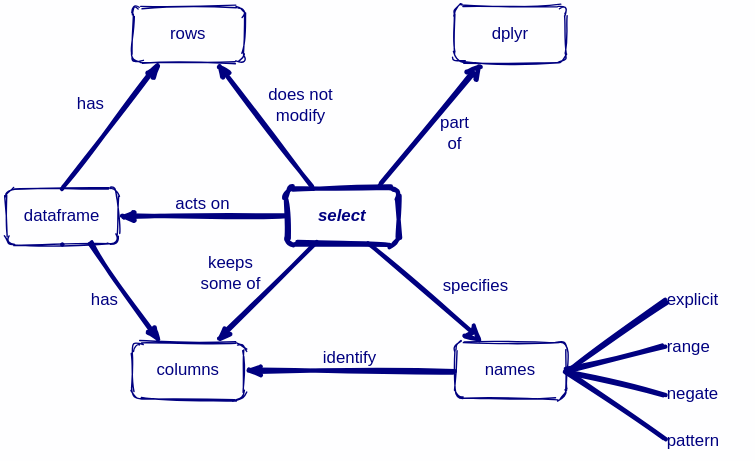
rstudio/concept-maps keeps this draw.io diagram as en/select.svg. Above is the earlier version. Source tidied: cells renumbered, new cells last; positions are measured from the earlier drawing's top-left corner, leaving out a move shared by most shapes. The source it was exported from:
```xml
<mxGraphModel background="#FEFEFF">
  <root>
    <mxCell id="0" />
    <mxCell id="1" parent="0" />
    <mxCell id="2" value="acts on" style="edgeStyle=none;rounded=1;html=1;labelBackgroundColor=none;startArrow=none;startFill=0;startSize=5;endArrow=classicThin;endFill=1;endSize=5;jettySize=auto;strokeWidth=3;fontFamily=Helvetica;fontSize=12;exitX=0;exitY=0.5;exitDx=0;exitDy=0;entryX=1;entryY=0.5;entryDx=0;entryDy=0;verticalAlign=bottom;sketch=1;strokeColor=#000080;fontColor=#000080;" parent="1" edge="1" source="13" target="8">
      <mxGeometry relative="1" as="geometry" />
    </mxCell>
    <mxCell id="3" value="has" style="edgeStyle=none;rounded=1;html=1;labelBackgroundColor=none;startArrow=none;startFill=0;startSize=5;endArrow=classicThin;endFill=1;endSize=5;jettySize=auto;strokeWidth=3;fontFamily=Helvetica;fontSize=12;exitX=0.75;exitY=1;exitDx=0;exitDy=0;entryX=0.25;entryY=0;entryDx=0;entryDy=0;verticalAlign=middle;sketch=1;strokeColor=#000080;fontColor=#000080;" parent="1" edge="1" source="8" target="10">
      <mxGeometry x="-0.11" y="-15" relative="1" as="geometry" />
    </mxCell>
    <mxCell id="4" value="keeps&lt;br style=&quot;font-size: 12px;&quot;&gt;some of" style="edgeStyle=none;rounded=1;html=1;labelBackgroundColor=none;startArrow=none;startFill=0;startSize=5;endArrow=classicThin;endFill=1;endSize=5;jettySize=auto;strokeWidth=3;fontFamily=Helvetica;fontSize=12;exitX=0.25;exitY=1;exitDx=0;exitDy=0;entryX=0.75;entryY=0;entryDx=0;entryDy=0;verticalAlign=middle;sketch=1;strokeColor=#000080;fontColor=#000080;" parent="1" edge="1" source="13" target="10">
      <mxGeometry x="0.14" y="-28" relative="1" as="geometry">
        <mxPoint y="-1" as="offset" />
      </mxGeometry>
    </mxCell>
    <mxCell id="5" value="identify" style="edgeStyle=none;rounded=1;html=1;labelBackgroundColor=none;startArrow=none;startFill=0;startSize=5;endArrow=classicThin;endFill=1;endSize=5;jettySize=auto;strokeWidth=3;fontFamily=Helvetica;fontSize=12;exitX=0;exitY=0.5;exitDx=0;exitDy=0;entryX=1;entryY=0.5;entryDx=0;entryDy=0;verticalAlign=bottom;sketch=1;strokeColor=#000080;fontColor=#000080;" parent="1" edge="1" source="24" target="10">
      <mxGeometry relative="1" as="geometry" />
    </mxCell>
    <mxCell id="6" value="has" style="edgeStyle=none;rounded=1;html=1;labelBackgroundColor=none;startArrow=none;startFill=0;startSize=5;endArrow=classicThin;endFill=1;endSize=5;jettySize=auto;strokeWidth=3;fontFamily=Helvetica;fontSize=12;exitX=0.5;exitY=0;exitDx=0;exitDy=0;entryX=0.25;entryY=1;entryDx=0;entryDy=0;verticalAlign=middle;sketch=1;strokeColor=#000080;fontColor=#000080;" parent="1" edge="1" source="8" target="11">
      <mxGeometry x="0.05" y="21" relative="1" as="geometry" />
    </mxCell>
    <mxCell id="7" value="does not&lt;br style=&quot;font-size: 12px;&quot;&gt;modify" style="edgeStyle=none;rounded=1;html=1;labelBackgroundColor=none;startArrow=none;startFill=0;startSize=5;endArrow=classicThin;endFill=1;endSize=5;jettySize=auto;strokeWidth=3;fontFamily=Helvetica;fontSize=12;exitX=0.25;exitY=0;exitDx=0;exitDy=0;entryX=0.75;entryY=1;entryDx=0;entryDy=0;verticalAlign=middle;sketch=1;strokeColor=#000080;fontColor=#000080;" parent="1" edge="1" source="13" target="11">
      <mxGeometry x="-0.06" y="-29" relative="1" as="geometry" />
    </mxCell>
    <mxCell id="8" value="dataframe" style="rounded=1;whiteSpace=wrap;html=1;fontSize=12;fontFamily=Helvetica;fillColor=none;sketch=1;labelBackgroundColor=none;strokeColor=#000080;fontColor=#000080;" parent="1" vertex="1">
      <mxGeometry y="130" width="80" height="40" as="geometry" />
    </mxCell>
    <mxCell id="9" style="edgeStyle=orthogonalEdgeStyle;rounded=0;orthogonalLoop=1;jettySize=auto;html=1;exitX=0.5;exitY=1;exitDx=0;exitDy=0;strokeWidth=3;fontSize=12;fontFamily=Helvetica;sketch=1;labelBackgroundColor=none;strokeColor=#000080;fontColor=#000080;" parent="1" edge="1" source="8" target="8">
      <mxGeometry relative="1" as="geometry" />
    </mxCell>
    <mxCell id="10" value="columns" style="rounded=1;whiteSpace=wrap;html=1;fontSize=12;fontFamily=Helvetica;fillColor=none;sketch=1;labelBackgroundColor=none;strokeColor=#000080;fontColor=#000080;" parent="1" vertex="1">
      <mxGeometry x="90" y="240" width="80" height="40" as="geometry" />
    </mxCell>
    <mxCell id="11" value="rows" style="rounded=1;whiteSpace=wrap;html=1;fontSize=12;fontFamily=Helvetica;fillColor=none;sketch=1;labelBackgroundColor=none;strokeColor=#000080;fontColor=#000080;" parent="1" vertex="1">
      <mxGeometry x="90" width="80" height="40" as="geometry" />
    </mxCell>
    <mxCell id="12" value="specifies" style="endArrow=classic;html=1;strokeWidth=3;entryX=0.25;entryY=0;entryDx=0;entryDy=0;exitX=0.75;exitY=1;exitDx=0;exitDy=0;verticalAlign=middle;fontSize=12;labelBackgroundColor=none;fontFamily=Helvetica;align=left;sketch=1;strokeColor=#000080;fontColor=#000080;" parent="1" edge="1" source="13" target="24">
      <mxGeometry x="0.08" y="10" relative="1" as="geometry">
        <mxPoint x="1" as="offset" />
      </mxGeometry>
    </mxCell>
    <mxCell id="13" value="&lt;b style=&quot;font-size: 12px;&quot;&gt;&lt;i style=&quot;font-size: 12px;&quot;&gt;select&lt;/i&gt;&lt;/b&gt;" style="rounded=1;whiteSpace=wrap;html=1;strokeWidth=3;fontSize=12;fontFamily=Helvetica;fillColor=none;sketch=1;labelBackgroundColor=none;strokeColor=#000080;fontColor=#000080;" parent="1" vertex="1">
      <mxGeometry x="200" y="130" width="80" height="40" as="geometry" />
    </mxCell>
    <mxCell id="14" value="dplyr" style="rounded=1;whiteSpace=wrap;html=1;fontSize=12;fontFamily=Helvetica;fillColor=none;sketch=1;labelBackgroundColor=none;strokeColor=#000080;fontColor=#000080;" parent="1" vertex="1">
      <mxGeometry x="320" width="80" height="40" as="geometry" />
    </mxCell>
    <mxCell id="15" value="part&lt;br style=&quot;font-size: 12px;&quot;&gt;of" style="endArrow=classic;html=1;strokeWidth=3;entryX=0.25;entryY=1;entryDx=0;entryDy=0;exitX=0.838;exitY=-0.05;exitDx=0;exitDy=0;verticalAlign=middle;fontSize=12;labelBackgroundColor=none;exitPerimeter=0;fontFamily=Helvetica;sketch=1;strokeColor=#000080;fontColor=#000080;" parent="1" edge="1" source="13" target="14">
      <mxGeometry x="0.1" y="-17" relative="1" as="geometry" />
    </mxCell>
    <mxCell id="16" value="explicit" style="text;html=1;fillColor=none;align=left;verticalAlign=middle;whiteSpace=wrap;rounded=0;fontSize=12;fontFamily=Helvetica;sketch=1;labelBackgroundColor=none;fontColor=#000080;" parent="1" vertex="1">
      <mxGeometry x="470" y="200" width="60" height="20" as="geometry" />
    </mxCell>
    <mxCell id="17" value="range" style="text;html=1;fillColor=none;align=left;verticalAlign=middle;whiteSpace=wrap;rounded=0;fontSize=12;fontFamily=Helvetica;sketch=1;labelBackgroundColor=none;fontColor=#000080;" parent="1" vertex="1">
      <mxGeometry x="470" y="233" width="60" height="20" as="geometry" />
    </mxCell>
    <mxCell id="18" value="negate" style="text;html=1;fillColor=none;align=left;verticalAlign=middle;whiteSpace=wrap;rounded=0;fontSize=12;fontFamily=Helvetica;sketch=1;labelBackgroundColor=none;fontColor=#000080;" parent="1" vertex="1">
      <mxGeometry x="470" y="267" width="60" height="20" as="geometry" />
    </mxCell>
    <mxCell id="19" value="pattern" style="text;html=1;fillColor=none;align=left;verticalAlign=middle;whiteSpace=wrap;rounded=0;fontSize=12;fontFamily=Helvetica;sketch=1;labelBackgroundColor=none;fontColor=#000080;" parent="1" vertex="1">
      <mxGeometry x="470" y="300" width="60" height="20" as="geometry" />
    </mxCell>
    <mxCell id="20" style="endArrow=none;html=1;labelBackgroundColor=none;strokeWidth=3;fontSize=12;exitX=1;exitY=0.5;exitDx=0;exitDy=0;entryX=0;entryY=0.5;entryDx=0;entryDy=0;fontFamily=Helvetica;sketch=1;strokeColor=#000080;fontColor=#000080;" parent="1" edge="1" source="24" target="16">
      <mxGeometry relative="1" as="geometry" />
    </mxCell>
    <mxCell id="21" style="endArrow=none;html=1;labelBackgroundColor=none;strokeWidth=3;fontSize=12;entryX=0;entryY=0.5;entryDx=0;entryDy=0;exitX=1;exitY=0.5;exitDx=0;exitDy=0;fontFamily=Helvetica;sketch=1;strokeColor=#000080;fontColor=#000080;" parent="1" edge="1" source="24" target="17">
      <mxGeometry relative="1" as="geometry" />
    </mxCell>
    <mxCell id="22" style="endArrow=none;html=1;labelBackgroundColor=none;strokeWidth=3;fontSize=12;entryX=0;entryY=0.5;entryDx=0;entryDy=0;fontFamily=Helvetica;sketch=1;strokeColor=#000080;fontColor=#000080;" parent="1" edge="1" target="18">
      <mxGeometry relative="1" as="geometry">
        <mxPoint x="400" y="260" as="sourcePoint" />
      </mxGeometry>
    </mxCell>
    <mxCell id="23" style="endArrow=none;html=1;labelBackgroundColor=none;strokeWidth=3;fontSize=12;entryX=0;entryY=0.5;entryDx=0;entryDy=0;exitX=1;exitY=0.5;exitDx=0;exitDy=0;fontFamily=Helvetica;sketch=1;strokeColor=#000080;fontColor=#000080;" parent="1" edge="1" source="24" target="19">
      <mxGeometry relative="1" as="geometry" />
    </mxCell>
    <mxCell id="24" value="names" style="rounded=1;whiteSpace=wrap;html=1;fontSize=12;fontFamily=Helvetica;fillColor=none;sketch=1;labelBackgroundColor=none;strokeColor=#000080;fontColor=#000080;" parent="1" vertex="1">
      <mxGeometry x="320" y="240" width="80" height="40" as="geometry" />
    </mxCell>
  </root>
</mxGraphModel>
```
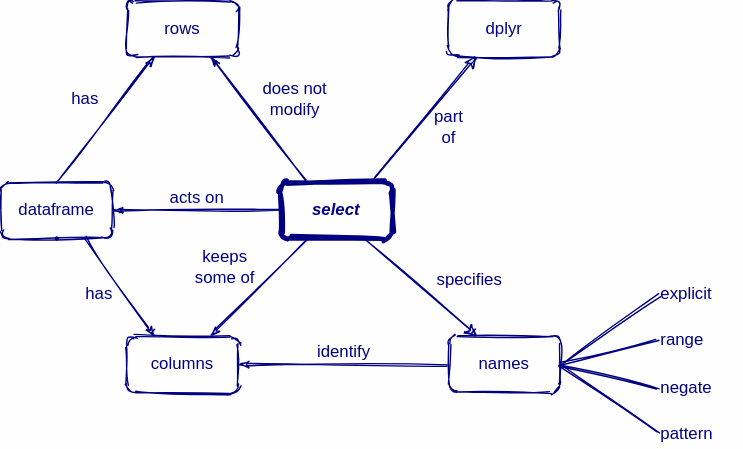
After the commit.

The edit, as a diff of the source:
```diff
@@ -2,24 +2,24 @@
   <root>
     <mxCell id="0" />
     <mxCell id="1" parent="0" />
-    <mxCell id="2" value="acts on" style="edgeStyle=none;rounded=1;html=1;labelBackgroundColor=none;startArrow=none;startFill=0;startSize=5;endArrow=classicThin;endFill=1;endSize=5;jettySize=auto;strokeWidth=3;fontFamily=Helvetica;fontSize=12;exitX=0;exitY=0.5;exitDx=0;exitDy=0;entryX=1;entryY=0.5;entryDx=0;entryDy=0;verticalAlign=bottom;sketch=1;strokeColor=#000080;fontColor=#000080;" parent="1" edge="1" source="13" target="8">
+    <mxCell id="2" value="acts on" style="edgeStyle=none;rounded=1;html=1;labelBackgroundColor=none;startArrow=none;startFill=0;startSize=5;endArrow=classicThin;endFill=1;endSize=5;jettySize=auto;strokeWidth=1;fontFamily=Helvetica;fontSize=12;exitX=0;exitY=0.5;exitDx=0;exitDy=0;entryX=1;entryY=0.5;entryDx=0;entryDy=0;verticalAlign=bottom;sketch=1;strokeColor=#000080;fontColor=#000080;" parent="1" edge="1" source="13" target="8">
       <mxGeometry relative="1" as="geometry" />
     </mxCell>
-    <mxCell id="3" value="has" style="edgeStyle=none;rounded=1;html=1;labelBackgroundColor=none;startArrow=none;startFill=0;startSize=5;endArrow=classicThin;endFill=1;endSize=5;jettySize=auto;strokeWidth=3;fontFamily=Helvetica;fontSize=12;exitX=0.75;exitY=1;exitDx=0;exitDy=0;entryX=0.25;entryY=0;entryDx=0;entryDy=0;verticalAlign=middle;sketch=1;strokeColor=#000080;fontColor=#000080;" parent="1" edge="1" source="8" target="10">
+    <mxCell id="3" value="has" style="edgeStyle=none;rounded=1;html=1;labelBackgroundColor=none;startArrow=none;startFill=0;startSize=5;endArrow=classicThin;endFill=1;endSize=5;jettySize=auto;strokeWidth=1;fontFamily=Helvetica;fontSize=12;exitX=0.75;exitY=1;exitDx=0;exitDy=0;entryX=0.25;entryY=0;entryDx=0;entryDy=0;verticalAlign=middle;sketch=1;strokeColor=#000080;fontColor=#000080;" parent="1" edge="1" source="8" target="10">
       <mxGeometry x="-0.11" y="-15" relative="1" as="geometry" />
     </mxCell>
-    <mxCell id="4" value="keeps&lt;br style=&quot;font-size: 12px;&quot;&gt;some of" style="edgeStyle=none;rounded=1;html=1;labelBackgroundColor=none;startArrow=none;startFill=0;startSize=5;endArrow=classicThin;endFill=1;endSize=5;jettySize=auto;strokeWidth=3;fontFamily=Helvetica;fontSize=12;exitX=0.25;exitY=1;exitDx=0;exitDy=0;entryX=0.75;entryY=0;entryDx=0;entryDy=0;verticalAlign=middle;sketch=1;strokeColor=#000080;fontColor=#000080;" parent="1" edge="1" source="13" target="10">
+    <mxCell id="4" value="keeps&lt;br style=&quot;font-size: 12px;&quot;&gt;some of" style="edgeStyle=none;rounded=1;html=1;labelBackgroundColor=none;startArrow=none;startFill=0;startSize=5;endArrow=classicThin;endFill=1;endSize=5;jettySize=auto;strokeWidth=1;fontFamily=Helvetica;fontSize=12;exitX=0.25;exitY=1;exitDx=0;exitDy=0;entryX=0.75;entryY=0;entryDx=0;entryDy=0;verticalAlign=middle;sketch=1;strokeColor=#000080;fontColor=#000080;" parent="1" edge="1" source="13" target="10">
       <mxGeometry x="0.14" y="-28" relative="1" as="geometry">
         <mxPoint y="-1" as="offset" />
       </mxGeometry>
     </mxCell>
-    <mxCell id="5" value="identify" style="edgeStyle=none;rounded=1;html=1;labelBackgroundColor=none;startArrow=none;startFill=0;startSize=5;endArrow=classicThin;endFill=1;endSize=5;jettySize=auto;strokeWidth=3;fontFamily=Helvetica;fontSize=12;exitX=0;exitY=0.5;exitDx=0;exitDy=0;entryX=1;entryY=0.5;entryDx=0;entryDy=0;verticalAlign=bottom;sketch=1;strokeColor=#000080;fontColor=#000080;" parent="1" edge="1" source="24" target="10">
+    <mxCell id="5" value="identify" style="edgeStyle=none;rounded=1;html=1;labelBackgroundColor=none;startArrow=none;startFill=0;startSize=5;endArrow=classicThin;endFill=1;endSize=5;jettySize=auto;strokeWidth=1;fontFamily=Helvetica;fontSize=12;exitX=0;exitY=0.5;exitDx=0;exitDy=0;entryX=1;entryY=0.5;entryDx=0;entryDy=0;verticalAlign=bottom;sketch=1;strokeColor=#000080;fontColor=#000080;" parent="1" edge="1" source="24" target="10">
       <mxGeometry relative="1" as="geometry" />
     </mxCell>
-    <mxCell id="6" value="has" style="edgeStyle=none;rounded=1;html=1;labelBackgroundColor=none;startArrow=none;startFill=0;startSize=5;endArrow=classicThin;endFill=1;endSize=5;jettySize=auto;strokeWidth=3;fontFamily=Helvetica;fontSize=12;exitX=0.5;exitY=0;exitDx=0;exitDy=0;entryX=0.25;entryY=1;entryDx=0;entryDy=0;verticalAlign=middle;sketch=1;strokeColor=#000080;fontColor=#000080;" parent="1" edge="1" source="8" target="11">
+    <mxCell id="6" value="has" style="edgeStyle=none;rounded=1;html=1;labelBackgroundColor=none;startArrow=none;startFill=0;startSize=5;endArrow=classicThin;endFill=1;endSize=5;jettySize=auto;strokeWidth=1;fontFamily=Helvetica;fontSize=12;exitX=0.5;exitY=0;exitDx=0;exitDy=0;entryX=0.25;entryY=1;entryDx=0;entryDy=0;verticalAlign=middle;sketch=1;strokeColor=#000080;fontColor=#000080;" parent="1" edge="1" source="8" target="11">
       <mxGeometry x="0.05" y="21" relative="1" as="geometry" />
     </mxCell>
-    <mxCell id="7" value="does not&lt;br style=&quot;font-size: 12px;&quot;&gt;modify" style="edgeStyle=none;rounded=1;html=1;labelBackgroundColor=none;startArrow=none;startFill=0;startSize=5;endArrow=classicThin;endFill=1;endSize=5;jettySize=auto;strokeWidth=3;fontFamily=Helvetica;fontSize=12;exitX=0.25;exitY=0;exitDx=0;exitDy=0;entryX=0.75;entryY=1;entryDx=0;entryDy=0;verticalAlign=middle;sketch=1;strokeColor=#000080;fontColor=#000080;" parent="1" edge="1" source="13" target="11">
+    <mxCell id="7" value="does not&lt;br style=&quot;font-size: 12px;&quot;&gt;modify" style="edgeStyle=none;rounded=1;html=1;labelBackgroundColor=none;startArrow=none;startFill=0;startSize=5;endArrow=classicThin;endFill=1;endSize=5;jettySize=auto;strokeWidth=1;fontFamily=Helvetica;fontSize=12;exitX=0.25;exitY=0;exitDx=0;exitDy=0;entryX=0.75;entryY=1;entryDx=0;entryDy=0;verticalAlign=middle;sketch=1;strokeColor=#000080;fontColor=#000080;" parent="1" edge="1" source="13" target="11">
       <mxGeometry x="-0.06" y="-29" relative="1" as="geometry" />
     </mxCell>
     <mxCell id="8" value="dataframe" style="rounded=1;whiteSpace=wrap;html=1;fontSize=12;fontFamily=Helvetica;fillColor=none;sketch=1;labelBackgroundColor=none;strokeColor=#000080;fontColor=#000080;" parent="1" vertex="1">
@@ -34,7 +34,7 @@
     <mxCell id="11" value="rows" style="rounded=1;whiteSpace=wrap;html=1;fontSize=12;fontFamily=Helvetica;fillColor=none;sketch=1;labelBackgroundColor=none;strokeColor=#000080;fontColor=#000080;" parent="1" vertex="1">
       <mxGeometry x="90" width="80" height="40" as="geometry" />
     </mxCell>
-    <mxCell id="12" value="specifies" style="endArrow=classic;html=1;strokeWidth=3;entryX=0.25;entryY=0;entryDx=0;entryDy=0;exitX=0.75;exitY=1;exitDx=0;exitDy=0;verticalAlign=middle;fontSize=12;labelBackgroundColor=none;fontFamily=Helvetica;align=left;sketch=1;strokeColor=#000080;fontColor=#000080;" parent="1" edge="1" source="13" target="24">
+    <mxCell id="12" value="specifies" style="endArrow=classic;html=1;strokeWidth=1;entryX=0.25;entryY=0;entryDx=0;entryDy=0;exitX=0.75;exitY=1;exitDx=0;exitDy=0;verticalAlign=middle;fontSize=12;labelBackgroundColor=none;fontFamily=Helvetica;align=left;sketch=1;strokeColor=#000080;fontColor=#000080;" parent="1" edge="1" source="13" target="24">
       <mxGeometry x="0.08" y="10" relative="1" as="geometry">
         <mxPoint x="1" as="offset" />
       </mxGeometry>
@@ -45,7 +45,7 @@
     <mxCell id="14" value="dplyr" style="rounded=1;whiteSpace=wrap;html=1;fontSize=12;fontFamily=Helvetica;fillColor=none;sketch=1;labelBackgroundColor=none;strokeColor=#000080;fontColor=#000080;" parent="1" vertex="1">
       <mxGeometry x="320" width="80" height="40" as="geometry" />
     </mxCell>
-    <mxCell id="15" value="part&lt;br style=&quot;font-size: 12px;&quot;&gt;of" style="endArrow=classic;html=1;strokeWidth=3;entryX=0.25;entryY=1;entryDx=0;entryDy=0;exitX=0.838;exitY=-0.05;exitDx=0;exitDy=0;verticalAlign=middle;fontSize=12;labelBackgroundColor=none;exitPerimeter=0;fontFamily=Helvetica;sketch=1;strokeColor=#000080;fontColor=#000080;" parent="1" edge="1" source="13" target="14">
+    <mxCell id="15" value="part&lt;br style=&quot;font-size: 12px;&quot;&gt;of" style="endArrow=classic;html=1;strokeWidth=1;entryX=0.25;entryY=1;entryDx=0;entryDy=0;exitX=0.838;exitY=-0.05;exitDx=0;exitDy=0;verticalAlign=middle;fontSize=12;labelBackgroundColor=none;exitPerimeter=0;fontFamily=Helvetica;sketch=1;strokeColor=#000080;fontColor=#000080;" parent="1" edge="1" source="13" target="14">
       <mxGeometry x="0.1" y="-17" relative="1" as="geometry" />
     </mxCell>
     <mxCell id="16" value="explicit" style="text;html=1;fillColor=none;align=left;verticalAlign=middle;whiteSpace=wrap;rounded=0;fontSize=12;fontFamily=Helvetica;sketch=1;labelBackgroundColor=none;fontColor=#000080;" parent="1" vertex="1">
@@ -60,18 +60,18 @@
     <mxCell id="19" value="pattern" style="text;html=1;fillColor=none;align=left;verticalAlign=middle;whiteSpace=wrap;rounded=0;fontSize=12;fontFamily=Helvetica;sketch=1;labelBackgroundColor=none;fontColor=#000080;" parent="1" vertex="1">
       <mxGeometry x="470" y="300" width="60" height="20" as="geometry" />
     </mxCell>
-    <mxCell id="20" style="endArrow=none;html=1;labelBackgroundColor=none;strokeWidth=3;fontSize=12;exitX=1;exitY=0.5;exitDx=0;exitDy=0;entryX=0;entryY=0.5;entryDx=0;entryDy=0;fontFamily=Helvetica;sketch=1;strokeColor=#000080;fontColor=#000080;" parent="1" edge="1" source="24" target="16">
+    <mxCell id="20" style="endArrow=none;html=1;labelBackgroundColor=none;strokeWidth=1;fontSize=12;exitX=1;exitY=0.5;exitDx=0;exitDy=0;entryX=0;entryY=0.5;entryDx=0;entryDy=0;fontFamily=Helvetica;sketch=1;strokeColor=#000080;fontColor=#000080;" parent="1" edge="1" source="24" target="16">
       <mxGeometry relative="1" as="geometry" />
     </mxCell>
-    <mxCell id="21" style="endArrow=none;html=1;labelBackgroundColor=none;strokeWidth=3;fontSize=12;entryX=0;entryY=0.5;entryDx=0;entryDy=0;exitX=1;exitY=0.5;exitDx=0;exitDy=0;fontFamily=Helvetica;sketch=1;strokeColor=#000080;fontColor=#000080;" parent="1" edge="1" source="24" target="17">
+    <mxCell id="21" style="endArrow=none;html=1;labelBackgroundColor=none;strokeWidth=1;fontSize=12;entryX=0;entryY=0.5;entryDx=0;entryDy=0;exitX=1;exitY=0.5;exitDx=0;exitDy=0;fontFamily=Helvetica;sketch=1;strokeColor=#000080;fontColor=#000080;" parent="1" edge="1" source="24" target="17">
       <mxGeometry relative="1" as="geometry" />
     </mxCell>
-    <mxCell id="22" style="endArrow=none;html=1;labelBackgroundColor=none;strokeWidth=3;fontSize=12;entryX=0;entryY=0.5;entryDx=0;entryDy=0;fontFamily=Helvetica;sketch=1;strokeColor=#000080;fontColor=#000080;" parent="1" edge="1" target="18">
-      <mxGeometry relative="1" as="geometry">
-        <mxPoint x="400" y="260" as="sourcePoint" />
-      </mxGeometry>
-    </mxCell>
+    <mxCell id="25" style="endArrow=none;html=1;labelBackgroundColor=none;strokeWidth=1;fontSize=12;entryX=0;entryY=0.5;entryDx=0;entryDy=0;fontFamily=Helvetica;sketch=1;strokeColor=#000080;fontColor=#000080;" parent="1" edge="1" target="18">
+      <mxGeometry relative="1" as="geometry">
+        <mxPoint x="400" y="260" as="sourcePoint" />
+      </mxGeometry>
+    </mxCell>
-    <mxCell id="23" style="endArrow=none;html=1;labelBackgroundColor=none;strokeWidth=3;fontSize=12;entryX=0;entryY=0.5;entryDx=0;entryDy=0;exitX=1;exitY=0.5;exitDx=0;exitDy=0;fontFamily=Helvetica;sketch=1;strokeColor=#000080;fontColor=#000080;" parent="1" edge="1" source="24" target="19">
+    <mxCell id="23" style="endArrow=none;html=1;labelBackgroundColor=none;strokeWidth=1;fontSize=12;entryX=0;entryY=0.5;entryDx=0;entryDy=0;exitX=1;exitY=0.5;exitDx=0;exitDy=0;fontFamily=Helvetica;sketch=1;strokeColor=#000080;fontColor=#000080;" parent="1" edge="1" source="24" target="19">
       <mxGeometry relative="1" as="geometry" />
     </mxCell>
     <mxCell id="24" value="names" style="rounded=1;whiteSpace=wrap;html=1;fontSize=12;fontFamily=Helvetica;fillColor=none;sketch=1;labelBackgroundColor=none;strokeColor=#000080;fontColor=#000080;" parent="1" vertex="1">
```
